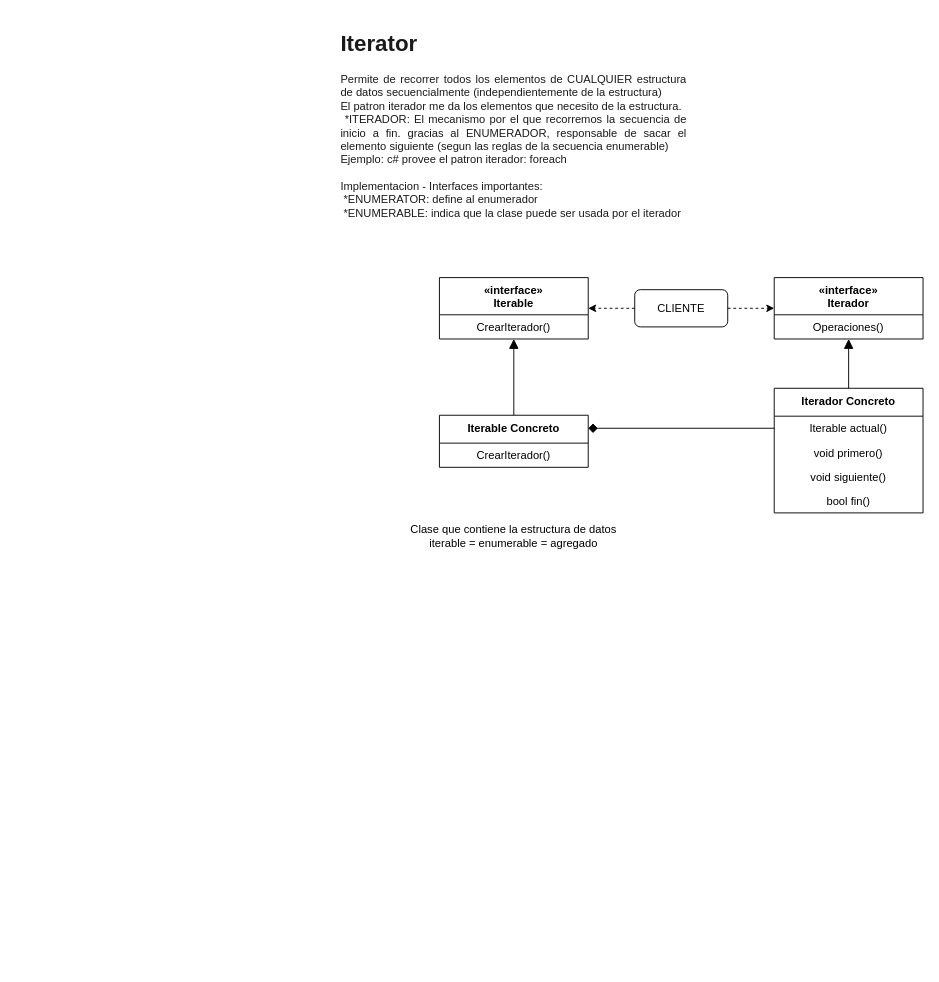
veroyols/I3007_patrones_de_disenio keeps this draw.io diagram as Patrones de Disenio.drawio. Above is the earlier version. Source tidied: cells renumbered, new cells numbered last; positions are measured from the earlier drawing's top-left corner, leaving out a move shared by most shapes. Both pictures are drawn from the tidied source at 93%, with x=0, y=0 at pixel (337, 25).
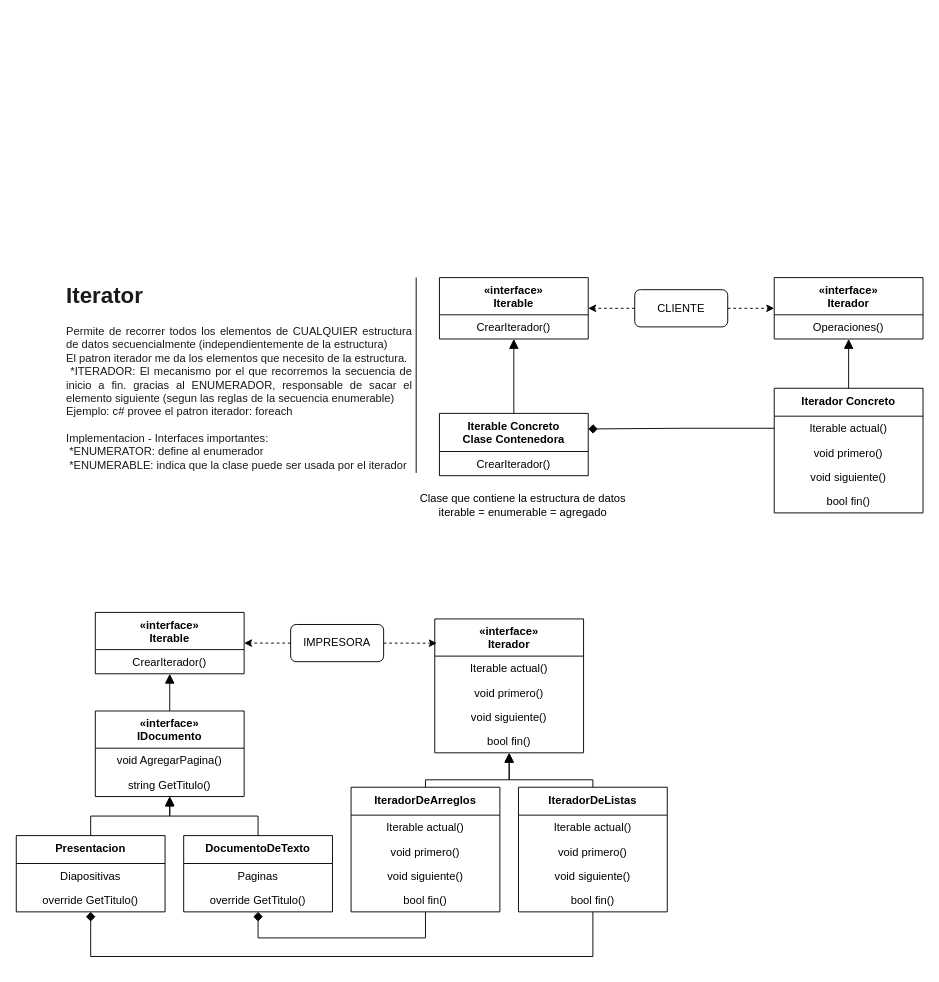
The same page after the edit.

Commit message:
ejemplo impresora

The edit, as a diff of the source:
```diff
@@
     <mxCell id="6" value="&lt;h1 style=&quot;text-align: justify&quot;&gt;&lt;font color=&quot;#1a1a1a&quot;&gt;Iterator&lt;/font&gt;&lt;/h1&gt;&lt;p&gt;&lt;/p&gt;&lt;div style=&quot;text-align: justify&quot;&gt;&lt;span style=&quot;color: rgb(26 , 26 , 26)&quot;&gt;Permite de recorrer todos los elementos de CUALQUIER estructura de datos secuencialmente (independientemente de la estructura)&lt;/span&gt;&lt;/div&gt;&lt;font color=&quot;#1a1a1a&quot;&gt;&lt;div style=&quot;text-align: justify&quot;&gt;&lt;span&gt;El patron iterador me da los elementos que necesito de la estructura.&amp;nbsp;&lt;/span&gt;&lt;/div&gt;&lt;div style=&quot;text-align: justify&quot;&gt;&lt;span&gt;&amp;nbsp;*ITERADOR: El mecanismo por el que recorremos la secuencia de inicio a fin. gracias al&amp;nbsp;&lt;/span&gt;&lt;span&gt;ENUMERADOR, responsable de sacar el elemento siguiente (segun las reglas de la secuencia enumerable)&lt;/span&gt;&lt;/div&gt;&lt;div style=&quot;text-align: justify&quot;&gt;&lt;span&gt;Ejemplo: c# provee el patron iterador: foreach&lt;/span&gt;&lt;/div&gt;&lt;div style=&quot;text-align: justify&quot;&gt;&lt;span&gt;&lt;br&gt;&lt;/span&gt;&lt;/div&gt;&lt;div style=&quot;text-align: justify&quot;&gt;&lt;span&gt;Implementacion - Interfaces importantes:&lt;/span&gt;&lt;/div&gt;&lt;div style=&quot;text-align: justify&quot;&gt;&lt;span&gt;&amp;nbsp;*ENUMERATOR: define al enumerador&lt;/span&gt;&lt;/div&gt;&lt;div style=&quot;text-align: justify&quot;&gt;&lt;span&gt;&amp;nbsp;*ENUMERABLE: indica que la clase puede ser usada por el iterador&lt;/span&gt;&lt;/div&gt;&lt;/font&gt;&lt;p&gt;&lt;/p&gt;" style="text;html=1;strokeColor=none;fillColor=none;spacing=5;spacingTop=-20;whiteSpace=wrap;overflow=hidden;rounded=0;align=center;" parent="1" vertex="1">
-      <mxGeometry width="380" height="210" as="geometry" />
+      <mxGeometry x="-295" y="271" width="380" height="210" as="geometry" />
     </mxCell>
@@
-    <mxCell id="15" value="Iterable Concreto" style="swimlane;fontStyle=1;align=center;verticalAlign=top;horizontal=1;startSize=30;" parent="1" vertex="1">
-      <mxGeometry x="110" y="419" width="160" height="56" as="geometry" />
+    <mxCell id="15" value="Iterable Concreto&#10;Clase Contenedora" style="swimlane;fontStyle=1;align=center;verticalAlign=top;horizontal=1;startSize=41;" parent="1" vertex="1">
+      <mxGeometry x="110" y="417" width="160" height="67" as="geometry" />
     </mxCell>
     <mxCell id="16" value="CrearIterador()" style="text;strokeColor=none;fillColor=none;align=center;verticalAlign=top;spacingLeft=4;spacingRight=4;overflow=hidden;" parent="15" vertex="1">
-      <mxGeometry y="30" width="160" height="26" as="geometry" />
+      <mxGeometry y="41" width="160" height="26" as="geometry" />
     </mxCell>
@@
     <mxCell id="19" value="Clase que contiene la estructura de datos &lt;br&gt;iterable =&amp;nbsp;enumerable =&amp;nbsp;agregado" style="text;html=1;strokeColor=none;fillColor=none;align=center;verticalAlign=middle;whiteSpace=wrap;rounded=0;" parent="1" vertex="1">
-      <mxGeometry x="75" y="524" width="230" height="50" as="geometry" />
+      <mxGeometry x="85" y="491" width="230" height="50" as="geometry" />
     </mxCell>
@@
+    <mxCell id="21" value="«interface»&#10;IDocumento" style="swimlane;fontStyle=1;align=center;verticalAlign=top;horizontal=1;startSize=40;" parent="1" vertex="1">
+      <mxGeometry x="-260" y="737" width="160" height="92" as="geometry" />
+    </mxCell>
+    <mxCell id="22" value="void AgregarPagina()" style="text;strokeColor=none;fillColor=none;align=center;verticalAlign=top;spacingLeft=4;spacingRight=4;overflow=hidden;" parent="21" vertex="1">
+      <mxGeometry y="40" width="160" height="26" as="geometry" />
+    </mxCell>
+    <mxCell id="23" value="string GetTitulo()" style="text;strokeColor=none;fillColor=none;align=center;verticalAlign=top;spacingLeft=4;spacingRight=4;overflow=hidden;" parent="21" vertex="1">
+      <mxGeometry y="66" width="160" height="26" as="geometry" />
+    </mxCell>
+    <mxCell id="24" value="«interface»&#10;Iterador" style="swimlane;fontStyle=1;align=center;verticalAlign=top;horizontal=1;startSize=40;" parent="1" vertex="1">
+      <mxGeometry x="105" y="638" width="160" height="144" as="geometry" />
+    </mxCell>
+    <mxCell id="25" value="Iterable actual()&#10;" style="text;strokeColor=none;fillColor=none;align=center;verticalAlign=top;spacingLeft=4;spacingRight=4;overflow=hidden;" parent="24" vertex="1">
+      <mxGeometry y="40" width="160" height="26" as="geometry" />
+    </mxCell>
+    <mxCell id="26" value="void primero()&#10;" style="text;strokeColor=none;fillColor=none;align=center;verticalAlign=top;spacingLeft=4;spacingRight=4;overflow=hidden;" parent="24" vertex="1">
+      <mxGeometry y="66" width="160" height="26" as="geometry" />
+    </mxCell>
+    <mxCell id="27" value="void siguiente()&#10;" style="text;strokeColor=none;fillColor=none;align=center;verticalAlign=top;spacingLeft=4;spacingRight=4;overflow=hidden;" parent="24" vertex="1">
+      <mxGeometry y="92" width="160" height="26" as="geometry" />
+    </mxCell>
+    <mxCell id="28" value="bool fin()&#10;" style="text;strokeColor=none;fillColor=none;align=center;verticalAlign=top;spacingLeft=4;spacingRight=4;overflow=hidden;" parent="24" vertex="1">
+      <mxGeometry y="118" width="160" height="26" as="geometry" />
+    </mxCell>
+    <mxCell id="29" value="IMPRESORA" style="rounded=1;whiteSpace=wrap;html=1;align=center;" parent="1" vertex="1">
+      <mxGeometry x="-50" y="644" width="100" height="40" as="geometry" />
+    </mxCell>
+    <mxCell id="30" style="endArrow=classic;html=1;dashed=1;" parent="1" edge="1" source="29" target="44">
+      <mxGeometry relative="1" as="geometry" />
+    </mxCell>
+    <mxCell id="31" style="endArrow=classic;html=1;dashed=1;entryX=0.013;entryY=0.181;entryDx=0;entryDy=0;entryPerimeter=0;" parent="1" edge="1" source="29" target="24">
+      <mxGeometry relative="1" as="geometry" />
+    </mxCell>
+    <mxCell id="32" value="IteradorDeArreglos" style="swimlane;fontStyle=1;align=center;verticalAlign=top;horizontal=1;startSize=30;" parent="1" vertex="1">
+      <mxGeometry x="15" y="819" width="160" height="134" as="geometry" />
+    </mxCell>
+    <mxCell id="33" value="Iterable actual()&#10;" style="text;strokeColor=none;fillColor=none;align=center;verticalAlign=top;spacingLeft=4;spacingRight=4;overflow=hidden;" parent="32" vertex="1">
+      <mxGeometry y="30" width="160" height="26" as="geometry" />
+    </mxCell>
+    <mxCell id="34" value="void primero()&#10;" style="text;strokeColor=none;fillColor=none;align=center;verticalAlign=top;spacingLeft=4;spacingRight=4;overflow=hidden;" parent="32" vertex="1">
+      <mxGeometry y="56" width="160" height="26" as="geometry" />
+    </mxCell>
+    <mxCell id="35" value="void siguiente()&#10;" style="text;strokeColor=none;fillColor=none;align=center;verticalAlign=top;spacingLeft=4;spacingRight=4;overflow=hidden;" parent="32" vertex="1">
+      <mxGeometry y="82" width="160" height="26" as="geometry" />
+    </mxCell>
+    <mxCell id="36" value="bool fin()&#10;" style="text;strokeColor=none;fillColor=none;align=center;verticalAlign=top;spacingLeft=4;spacingRight=4;overflow=hidden;" parent="32" vertex="1">
+      <mxGeometry y="108" width="160" height="26" as="geometry" />
+    </mxCell>
+    <mxCell id="37" value="DocumentoDeTexto" style="swimlane;fontStyle=1;align=center;verticalAlign=top;horizontal=1;startSize=30;" parent="1" vertex="1">
+      <mxGeometry x="-165" y="871" width="160" height="82" as="geometry" />
+    </mxCell>
+    <mxCell id="38" value="Paginas" style="text;strokeColor=none;fillColor=none;align=center;verticalAlign=top;spacingLeft=4;spacingRight=4;overflow=hidden;" parent="37" vertex="1">
+      <mxGeometry y="30" width="160" height="26" as="geometry" />
+    </mxCell>
+    <mxCell id="39" value="override GetTitulo()" style="text;strokeColor=none;fillColor=none;align=center;verticalAlign=top;spacingLeft=4;spacingRight=4;overflow=hidden;" parent="37" vertex="1">
+      <mxGeometry y="56" width="160" height="26" as="geometry" />
+    </mxCell>
+    <mxCell id="40" style="endArrow=block;html=1;endFill=1;endSize=8;edgeStyle=orthogonalEdgeStyle;rounded=0;" parent="1" edge="1" source="37" target="21">
+      <mxGeometry relative="1" as="geometry" />
+    </mxCell>
+    <mxCell id="41" style="endArrow=block;html=1;endFill=1;endSize=8;rounded=0;edgeStyle=orthogonalEdgeStyle;" parent="1" edge="1" source="32" target="24">
+      <mxGeometry relative="1" as="geometry">
+        <Array as="points">
+          <mxPoint x="95" y="811" />
+          <mxPoint x="185" y="811" />
+        </Array>
+      </mxGeometry>
+    </mxCell>
+    <mxCell id="42" style="endArrow=diamond;html=1;endFill=1;endSize=8;edgeStyle=orthogonalEdgeStyle;rounded=0;" parent="1" edge="1" source="51" target="47">
+      <mxGeometry relative="1" as="geometry">
+        <Array as="points">
+          <mxPoint x="275" y="1001" />
+          <mxPoint x="-265" y="1001" />
+        </Array>
+      </mxGeometry>
+    </mxCell>
+    <mxCell id="43" style="endArrow=none;html=1;endSize=8;entryX=1;entryY=0;entryDx=0;entryDy=0;exitX=1;exitY=1;exitDx=0;exitDy=0;" parent="1" edge="1" source="6" target="6">
+      <mxGeometry relative="1" as="geometry" />
+    </mxCell>
+    <mxCell id="44" value="«interface»&#10;Iterable" style="swimlane;fontStyle=1;align=center;verticalAlign=top;horizontal=1;startSize=40;" parent="1" vertex="1">
+      <mxGeometry x="-260" y="631" width="160" height="66" as="geometry" />
+    </mxCell>
+    <mxCell id="45" value="CrearIterador()" style="text;strokeColor=none;fillColor=none;align=center;verticalAlign=top;spacingLeft=4;spacingRight=4;overflow=hidden;" parent="44" vertex="1">
+      <mxGeometry y="40" width="160" height="26" as="geometry" />
+    </mxCell>
+    <mxCell id="46" style="endArrow=block;html=1;endFill=1;endSize=8;" parent="1" edge="1" source="21" target="44">
+      <mxGeometry relative="1" as="geometry" />
+    </mxCell>
+    <mxCell id="47" value="Presentacion" style="swimlane;fontStyle=1;align=center;verticalAlign=top;horizontal=1;startSize=30;" parent="1" vertex="1">
+      <mxGeometry x="-345" y="871" width="160" height="82" as="geometry" />
+    </mxCell>
+    <mxCell id="48" value="Diapositivas" style="text;strokeColor=none;fillColor=none;align=center;verticalAlign=top;spacingLeft=4;spacingRight=4;overflow=hidden;" parent="47" vertex="1">
+      <mxGeometry y="30" width="160" height="26" as="geometry" />
+    </mxCell>
+    <mxCell id="49" value="override GetTitulo()" style="text;strokeColor=none;fillColor=none;align=center;verticalAlign=top;spacingLeft=4;spacingRight=4;overflow=hidden;" parent="47" vertex="1">
+      <mxGeometry y="56" width="160" height="26" as="geometry" />
+    </mxCell>
+    <mxCell id="50" style="endArrow=block;html=1;endFill=1;endSize=8;edgeStyle=orthogonalEdgeStyle;rounded=0;" parent="1" edge="1" source="47" target="21">
+      <mxGeometry relative="1" as="geometry" />
+    </mxCell>
+    <mxCell id="51" value="IteradorDeListas" style="swimlane;fontStyle=1;align=center;verticalAlign=top;horizontal=1;startSize=30;" parent="1" vertex="1">
+      <mxGeometry x="195" y="819" width="160" height="134" as="geometry" />
+    </mxCell>
+    <mxCell id="52" value="Iterable actual()&#10;" style="text;strokeColor=none;fillColor=none;align=center;verticalAlign=top;spacingLeft=4;spacingRight=4;overflow=hidden;" parent="51" vertex="1">
+      <mxGeometry y="30" width="160" height="26" as="geometry" />
+    </mxCell>
+    <mxCell id="53" value="void primero()&#10;" style="text;strokeColor=none;fillColor=none;align=center;verticalAlign=top;spacingLeft=4;spacingRight=4;overflow=hidden;" parent="51" vertex="1">
+      <mxGeometry y="56" width="160" height="26" as="geometry" />
+    </mxCell>
+    <mxCell id="54" value="void siguiente()&#10;" style="text;strokeColor=none;fillColor=none;align=center;verticalAlign=top;spacingLeft=4;spacingRight=4;overflow=hidden;" parent="51" vertex="1">
+      <mxGeometry y="82" width="160" height="26" as="geometry" />
+    </mxCell>
+    <mxCell id="55" value="bool fin()&#10;" style="text;strokeColor=none;fillColor=none;align=center;verticalAlign=top;spacingLeft=4;spacingRight=4;overflow=hidden;" parent="51" vertex="1">
+      <mxGeometry y="108" width="160" height="26" as="geometry" />
+    </mxCell>
+    <mxCell id="56" style="endArrow=block;html=1;endFill=1;endSize=8;rounded=0;edgeStyle=orthogonalEdgeStyle;" parent="1" edge="1" source="51" target="24">
+      <mxGeometry relative="1" as="geometry">
+        <Array as="points">
+          <mxPoint x="275" y="811" />
+          <mxPoint x="185" y="811" />
+        </Array>
+      </mxGeometry>
+    </mxCell>
+    <mxCell id="57" style="endArrow=diamond;html=1;endFill=1;endSize=8;edgeStyle=orthogonalEdgeStyle;rounded=0;" parent="1" edge="1" source="32" target="37">
+      <mxGeometry relative="1" as="geometry">
+        <Array as="points">
+          <mxPoint x="95" y="981" />
+          <mxPoint x="-85" y="981" />
+        </Array>
+      </mxGeometry>
+    </mxCell>
```
